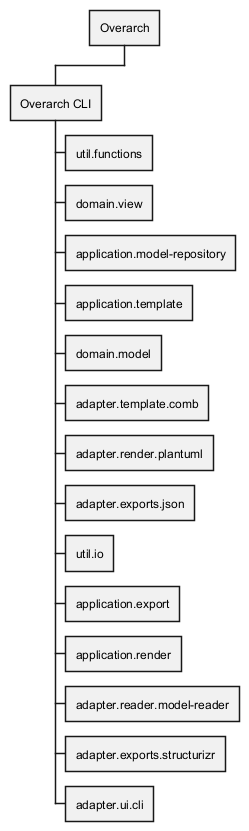
Earlier version of the PlantUML export docs/overarch/architecture/system-structure-view.png (soulspace-org/overarch).
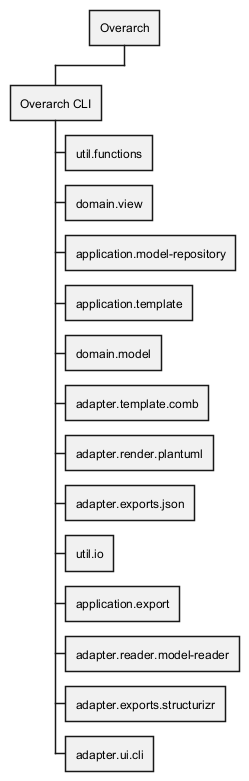
After the commit.

The edit, as a diff of the source:
```diff
@@ -11,7 +11,6 @@
 *** adapter.exports.json
 *** util.io
 *** application.export
-*** application.render
 *** adapter.reader.model-reader
 *** adapter.exports.structurizr
 *** adapter.ui.cli
```
